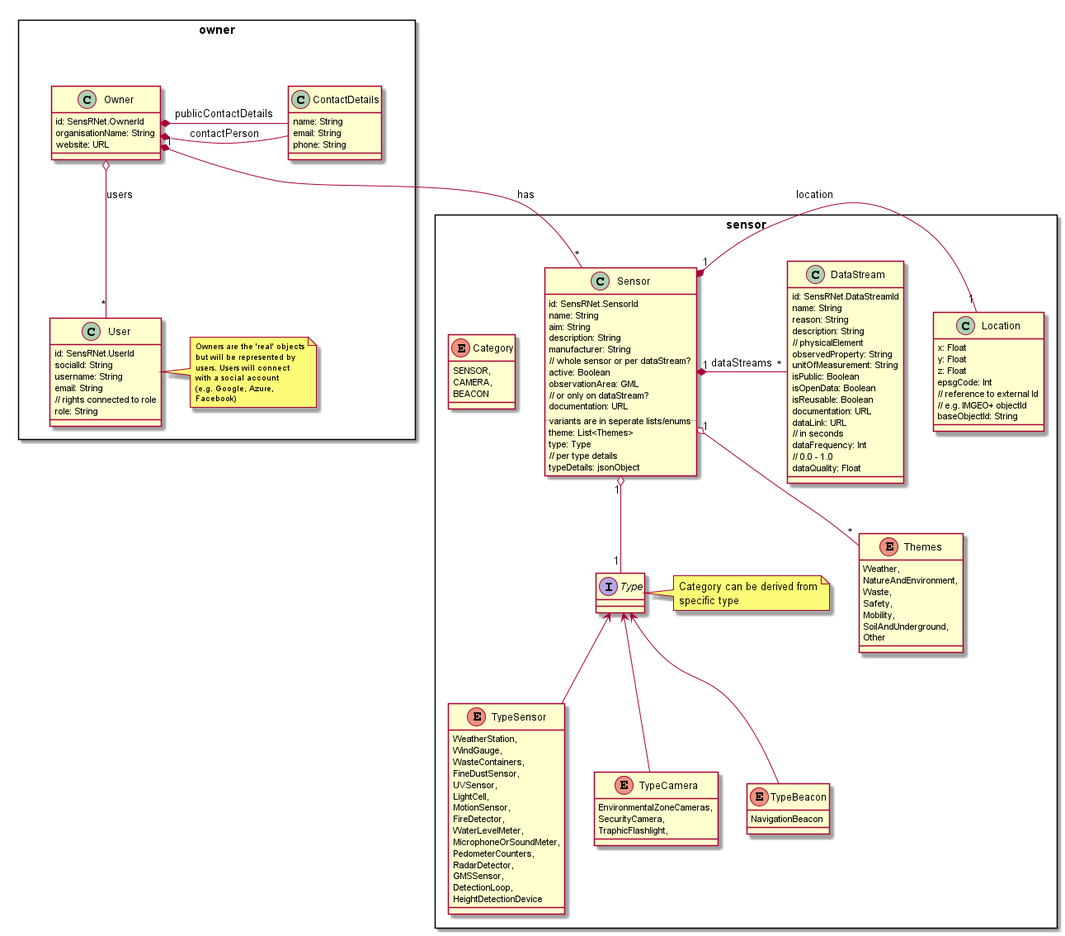
The PlantUML diagram images/SensRNet-UML-Model.png in kadaster-labs/sensrnet-home, before a commit.
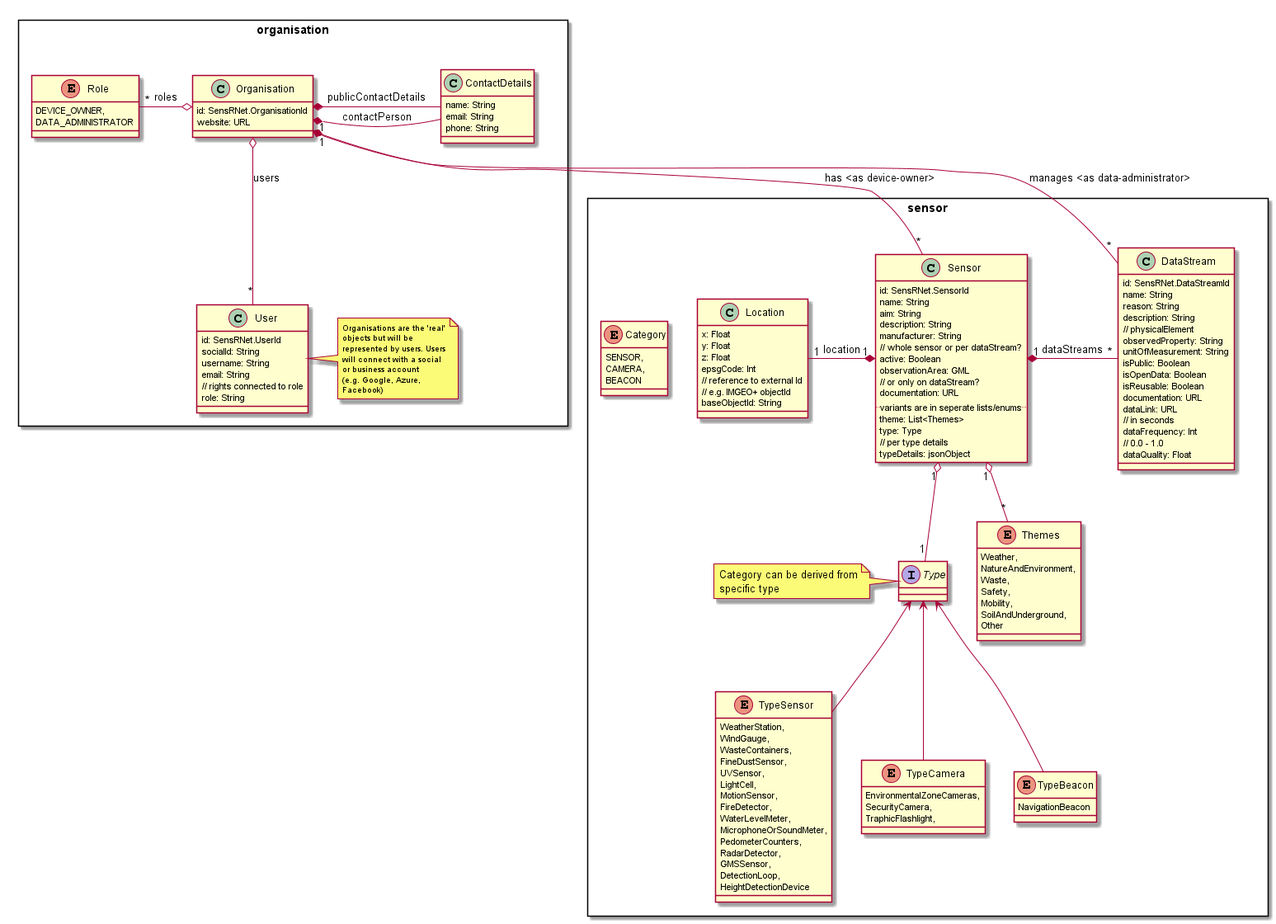
After the change.

Commit message:
replaced owner with organisation with roles (#55)

The edit, as a diff of the source:
```diff
@@ -1,21 +1,25 @@
 @startuml "SensRNet-UML-Model"
 
-package owner <<Rectangle>> {
+package organisation <<Rectangle>> {
     together {
-        class Owner {
-            id: SensRNet.OwnerId
-            organisationName: String
-            website: URL
-        }
-
         class ContactDetails {
             name: String
             email: String
             phone: String
         }
 
-        Owner *- ContactDetails : contactPerson
-        Owner *- ContactDetails : publicContactDetails
+        class Organisation {
+            id: SensRNet.OrganisationId
+            website: URL
+        }
+
+        Organisation *- ContactDetails : contactPerson
+        Organisation *- ContactDetails : publicContactDetails
+    }
+
+    enum Role {
+        DEVICE_OWNER,
+        DATA_ADMINISTRATOR
     }
 
     class User {
@@ -28,34 +32,58 @@
     }
 
     note right
-        <size:10>Owners are the 'real' objects</size>
-        <size:10>but will be represented by</size>
-        <size:10>users. Users will connect</size>
-        <size:10>with a social account</size>
+        <size:10>Organisations are the 'real'</size>
+        <size:10>objects but will be</size>
+        <size:10>represented by users. Users</size>
+        <size:10>will connect with a social</size>
+        <size:10>or business account</size>
         <size:10>(e.g. Google, Azure, </size>
         <size:10>Facebook)</size>
     end note
 
-    Owner o-- "*" User : users
+    Organisation o-- "*" User : users
+    Organisation o- "*" Role : roles
 }
 
 package sensor <<Rectangle>> {
-    class Sensor {
-        id: SensRNet.SensorId
-        name: String
-        aim: String
-        description: String
-        manufacturer: String
-        // whole sensor or per dataStream?
-        active: Boolean
-        observationArea: GML
-        // or only on dataStream?
-        documentation: URL
-        .. variants are in seperate lists/enums ..
-        theme: List<Themes>
-        type: Type
-        // per type details
-        typeDetails: jsonObject
+    together {
+        class Sensor {
+            id: SensRNet.SensorId
+            name: String
+            aim: String
+            description: String
+            manufacturer: String
+            // whole sensor or per dataStream?
+            active: Boolean
+            observationArea: GML
+            // or only on dataStream?
+            documentation: URL
+            .. variants are in seperate lists/enums ..
+            theme: List<Themes>
+            type: Type
+            // per type details
+            typeDetails: jsonObject
+        }
+
+        class DataStream {
+            id: SensRNet.DataStreamId
+            name: String
+            reason: String
+            description: String
+            // physicalElement
+            observedProperty: String
+            unitOfMeasurement: String
+            isPublic: Boolean
+            isOpenData: Boolean
+            isReusable: Boolean
+            documentation: URL
+            dataLink: URL
+            // in seconds
+            dataFrequency: Int
+            // 0.0 - 1.0
+            dataQuality: Float
+        }
+
     }
 
     interface Type
@@ -119,25 +147,6 @@
         baseObjectId: String
     }
 
-    class DataStream {
-        id: SensRNet.DataStreamId
-        name: String
-        reason: String
-        description: String
-        // physicalElement
-        observedProperty: String
-        unitOfMeasurement: String
-        isPublic: Boolean
-        isOpenData: Boolean
-        isReusable: Boolean
-        documentation: URL
-        dataLink: URL
-        // in seconds
-        dataFrequency: Int
-        // 0.0 - 1.0
-        dataQuality: Float
-    }
-
     Sensor "1" *- "1" Location : location
     Sensor "1" *- "*" DataStream : dataStreams
 
@@ -148,6 +157,7 @@
     Type <-- TypeCamera
 }
 
-Owner "1" *-- "*" Sensor : has
+Organisation "1" *-- "*" Sensor : has <as device-owner>
+Organisation "1" *-- "*" DataStream : manages <as data-administrator>
 
 @enduml
```
